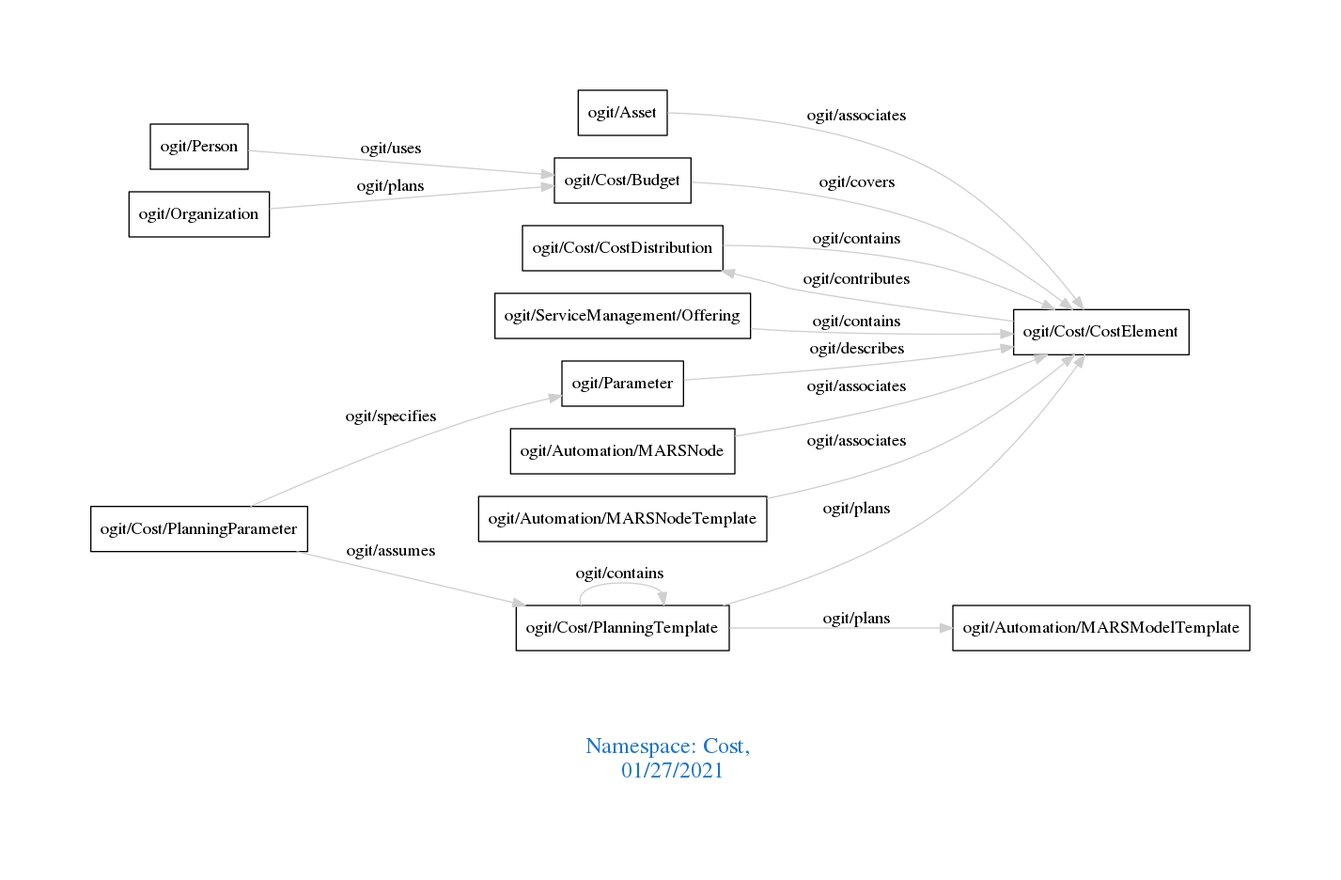
arago/OGIT keeps this Graphviz diagram as downloads/Cost.png. Above is the earlier version. Its source is kept beside it as downloads/Cost.dot. Its diagram source:
```dot
digraph OGIT_ontology {
 graph [ rankdir= LR,pad=1
fontsize = 18,
fontcolor= dodgerblue3,label = "\n\n\nNamespace: Cost, \n 01/27/2021"];
node[shape=polygon];
edge [  color="gray81"];

   "ogit/Cost/CostDistribution" -> "ogit/Cost/CostElement" [label="   ogit/contains    "];
   "ogit/ServiceManagement/Offering" -> "ogit/Cost/CostElement" [label="   ogit/contains    "];
   "ogit/Cost/PlanningParameter" -> "ogit/Parameter" [label="   ogit/specifies    "];
   "ogit/Cost/Budget" -> "ogit/Cost/CostElement" [label="   ogit/covers    "];
   "ogit/Parameter" -> "ogit/Cost/CostElement" [label="   ogit/describes    "];
   "ogit/Cost/CostElement" -> "ogit/Cost/CostDistribution" [label="   ogit/contributes    "];
   "ogit/Automation/MARSNode" -> "ogit/Cost/CostElement" [label="   ogit/associates    "];
   "ogit/Automation/MARSNodeTemplate" -> "ogit/Cost/CostElement" [label="   ogit/associates    "];
   "ogit/Asset" -> "ogit/Cost/CostElement" [label="   ogit/associates    "];
   "ogit/Person" -> "ogit/Cost/Budget" [label="   ogit/uses    "];
   "ogit/Cost/PlanningTemplate" -> "ogit/Automation/MARSModelTemplate" [label="   ogit/plans    "];
   "ogit/Cost/PlanningTemplate" -> "ogit/Cost/CostElement" [label="   ogit/plans    "];
   "ogit/Organization" -> "ogit/Cost/Budget" [label="   ogit/plans    "];
   "ogit/Cost/PlanningParameter" -> "ogit/Cost/PlanningTemplate" [label="   ogit/assumes    "];
   "ogit/Cost/PlanningTemplate" -> "ogit/Cost/PlanningTemplate" [label="   ogit/contains    "];
}
```
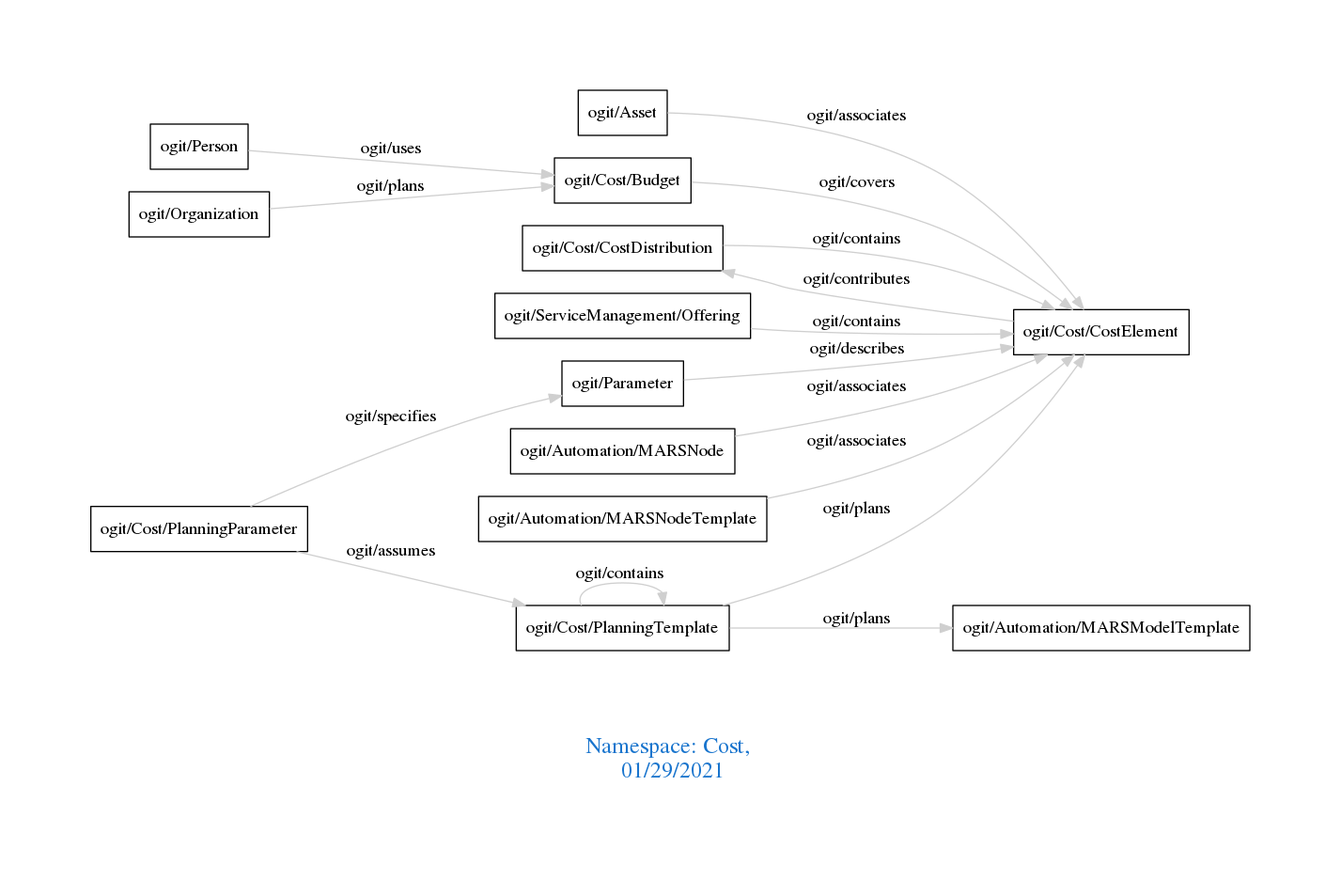
The same file after the commit.

Diff of the diagram source:
```diff
@@ -1,7 +1,7 @@
 digraph OGIT_ontology {
  graph [ rankdir= LR,pad=1
 fontsize = 18,
-fontcolor= dodgerblue3,label = "\n\n\nNamespace: Cost, \n 01/27/2021"];
+fontcolor= dodgerblue3,label = "\n\n\nNamespace: Cost, \n 01/29/2021"];
 node[shape=polygon];
 edge [  color="gray81"];
 
```
